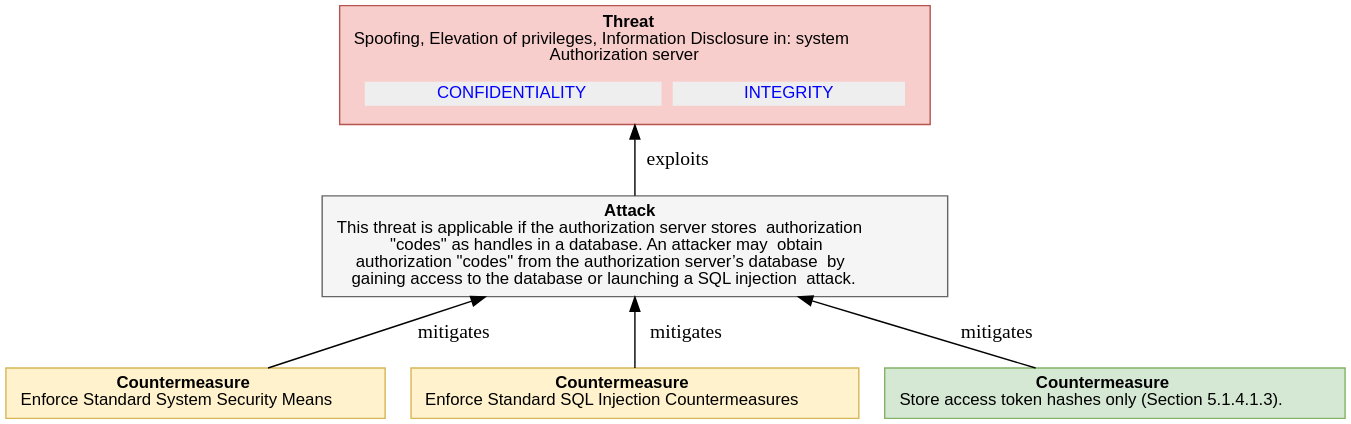
DavidCervigni/threat-models keeps this PlantUML diagram as report-examples/OAuth2/img/threatTree/4_4_1_2_AUTH_CODE_DISCLOSURE_DB.svg. Above is the earlier version. Its source is kept beside it as report-examples/OAuth2/img/threatTree/4_4_1_2_AUTH_CODE_DISCLOSURE_DB.puml.
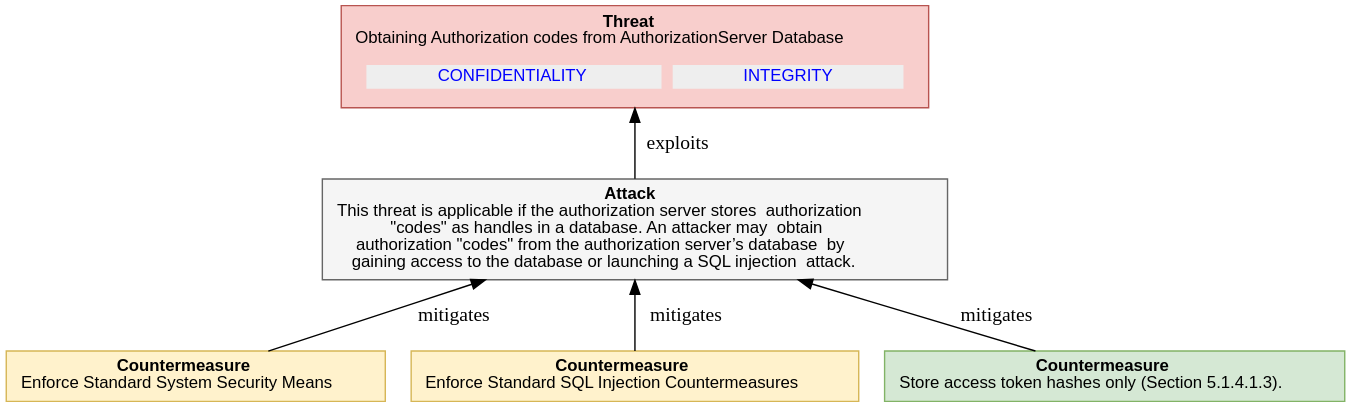
The same file after the commit.

What changed in the source:
```diff
@@ -7,7 +7,7 @@
     <<table border="0" cellborder="0" cellspacing="0">
      <tr><td align="center"><b>Threat</b><br/>
 
-Spoofing, Elevation of privileges, Information Disclosure in: system<br/>Authorization server
+Obtaining Authorization codes from AuthorizationServer Database
 </td></tr>
      <tr><td><table border="0" cellborder="0" cellspacing="8"><tr>
                 ret += secObj.linkedImpactMDText()
```
